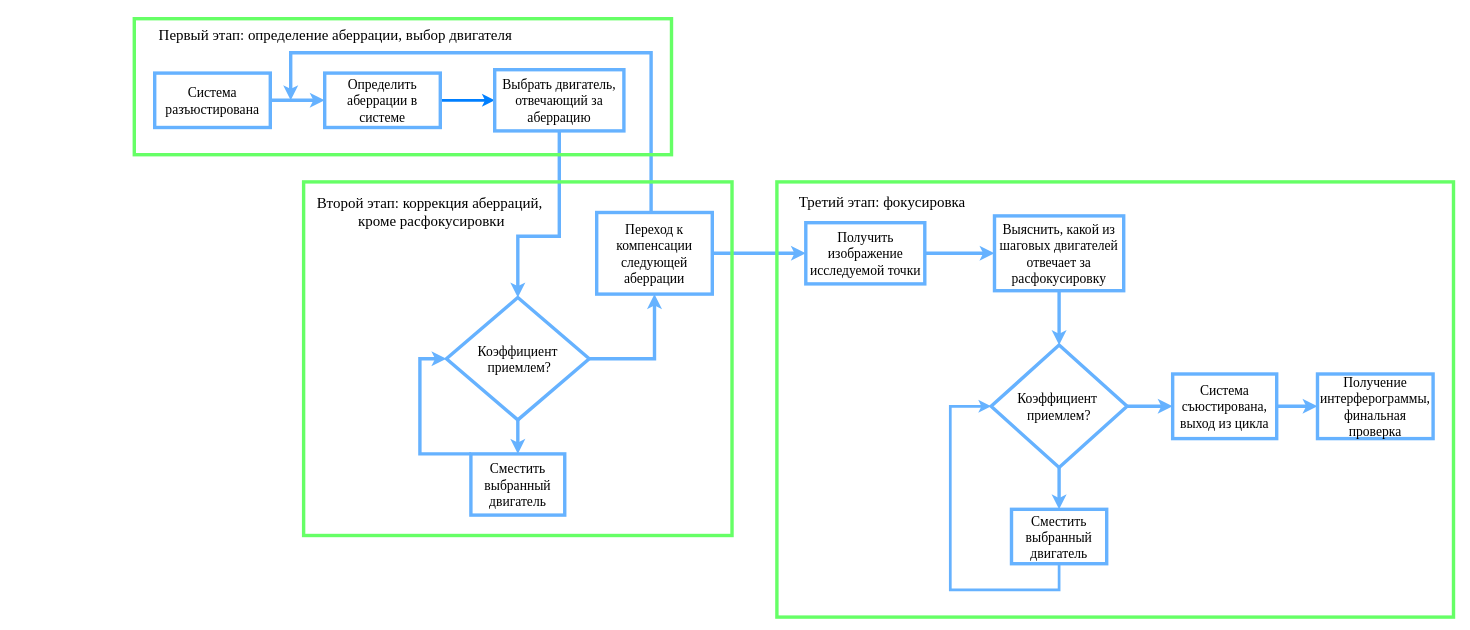
Armore27/learning keeps this draw.io diagram as алг.drawio. Above is the earlier version. Source tidied: cells renumbered, new cells numbered last; positions are measured from the earlier drawing's top-left corner, leaving out a move shared by most shapes. Both pictures are drawn from the tidied source at 68%, with x=0, y=0 at pixel (134, 12).
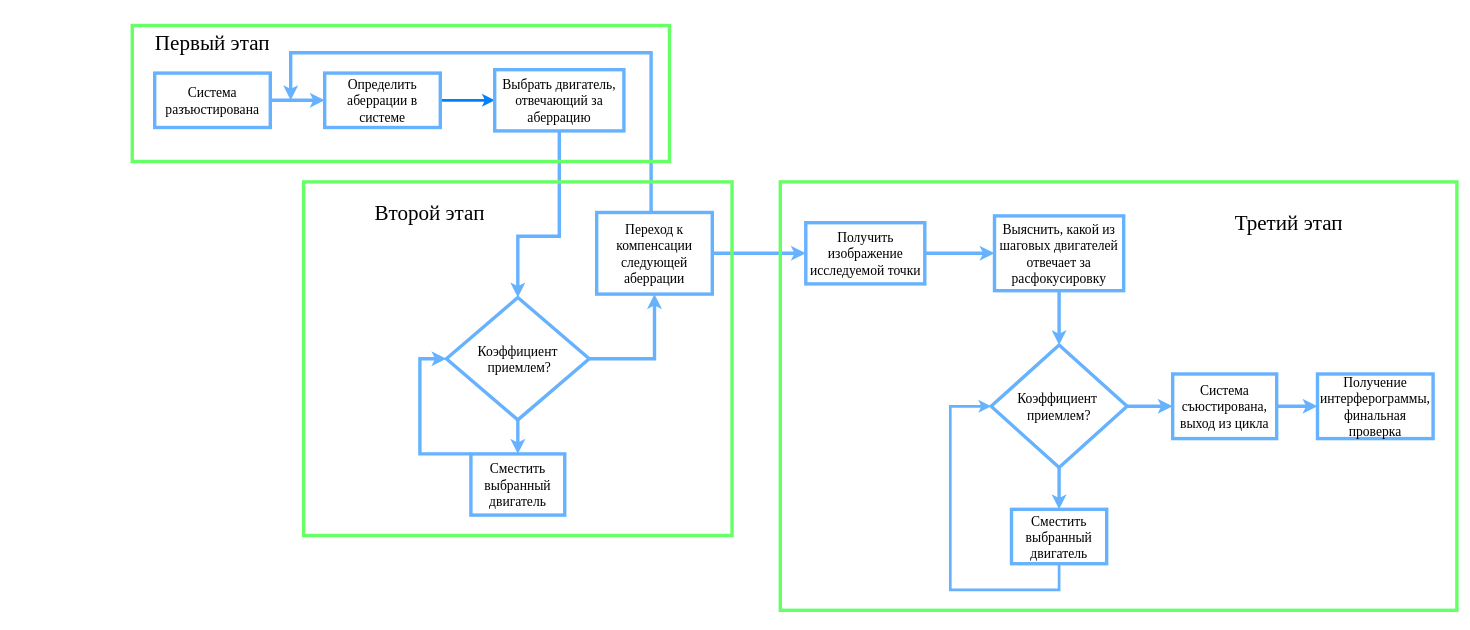
The same page after the edit.

Change to the diagram source:
```diff
@@
     <mxCell id="29" style="rounded=0;whiteSpace=wrap;html=1;strokeColor=#66FF66;strokeWidth=5;fillColor=none;" parent="1" vertex="1">
-      <mxGeometry x="945" y="250" width="995" height="640" as="geometry" />
+      <mxGeometry x="950" y="250" width="995" height="630" as="geometry" />
     </mxCell>
-    <mxCell id="30" value="&lt;font style=&quot;font-size: 22px&quot; face=&quot;Times New Roman&quot;&gt;Первый этап: определение аберрации, выбор двигателя&lt;/font&gt;" style="text;html=1;strokeColor=none;fillColor=none;align=center;verticalAlign=middle;whiteSpace=wrap;rounded=0;" parent="1" vertex="1">
-      <mxGeometry x="0.5" width="590" height="70" as="geometry" />
+    <mxCell id="30" value="&lt;font style=&quot;font-size: 31px&quot; face=&quot;Times New Roman&quot;&gt;Первый этап&lt;/font&gt;" style="text;html=1;strokeColor=none;fillColor=none;align=center;verticalAlign=middle;whiteSpace=wrap;rounded=0;" parent="1" vertex="1">
+      <mxGeometry x="-180" y="10" width="590" height="70" as="geometry" />
     </mxCell>
-    <mxCell id="31" value="&lt;font style=&quot;font-size: 22px&quot; face=&quot;Times New Roman&quot;&gt;Второй этап: коррекция аберраций,&lt;br&gt;&amp;nbsp;кроме расфокусировки&lt;/font&gt;" style="text;html=1;strokeColor=none;fillColor=none;align=center;verticalAlign=middle;whiteSpace=wrap;rounded=0;" parent="1" vertex="1">
+    <mxCell id="31" value="&lt;font face=&quot;Times New Roman&quot;&gt;&lt;font style=&quot;font-size: 31px&quot;&gt;Второй этап&lt;/font&gt;&lt;br&gt;&lt;/font&gt;" style="text;html=1;strokeColor=none;fillColor=none;align=center;verticalAlign=middle;whiteSpace=wrap;rounded=0;" parent="1" vertex="1">
       <mxGeometry x="149" y="255" width="571" height="80" as="geometry" />
     </mxCell>
-    <mxCell id="32" value="&lt;font style=&quot;font-size: 22px&quot; face=&quot;Times New Roman&quot;&gt;Третий этап: фокусировка&lt;/font&gt;" style="text;html=1;strokeColor=none;fillColor=none;align=center;verticalAlign=middle;whiteSpace=wrap;rounded=0;rotation=0;" parent="1" vertex="1">
-      <mxGeometry x="960" y="230" width="280" height="100" as="geometry" />
+    <mxCell id="32" value="&lt;font style=&quot;font-size: 31px&quot; face=&quot;Times New Roman&quot;&gt;Третий этап&lt;/font&gt;" style="text;html=1;strokeColor=none;fillColor=none;align=center;verticalAlign=middle;whiteSpace=wrap;rounded=0;rotation=0;" parent="1" vertex="1">
+      <mxGeometry x="1557.5" y="260" width="280" height="100" as="geometry" />
     </mxCell>
     <mxCell id="33" style="rounded=0;whiteSpace=wrap;html=1;strokeColor=#66FF66;strokeWidth=5;fillColor=none;" parent="1" vertex="1">
-      <mxGeometry y="10" width="790" height="200" as="geometry" />
+      <mxGeometry x="-3" y="20" width="790" height="200" as="geometry" />
     </mxCell>
```
